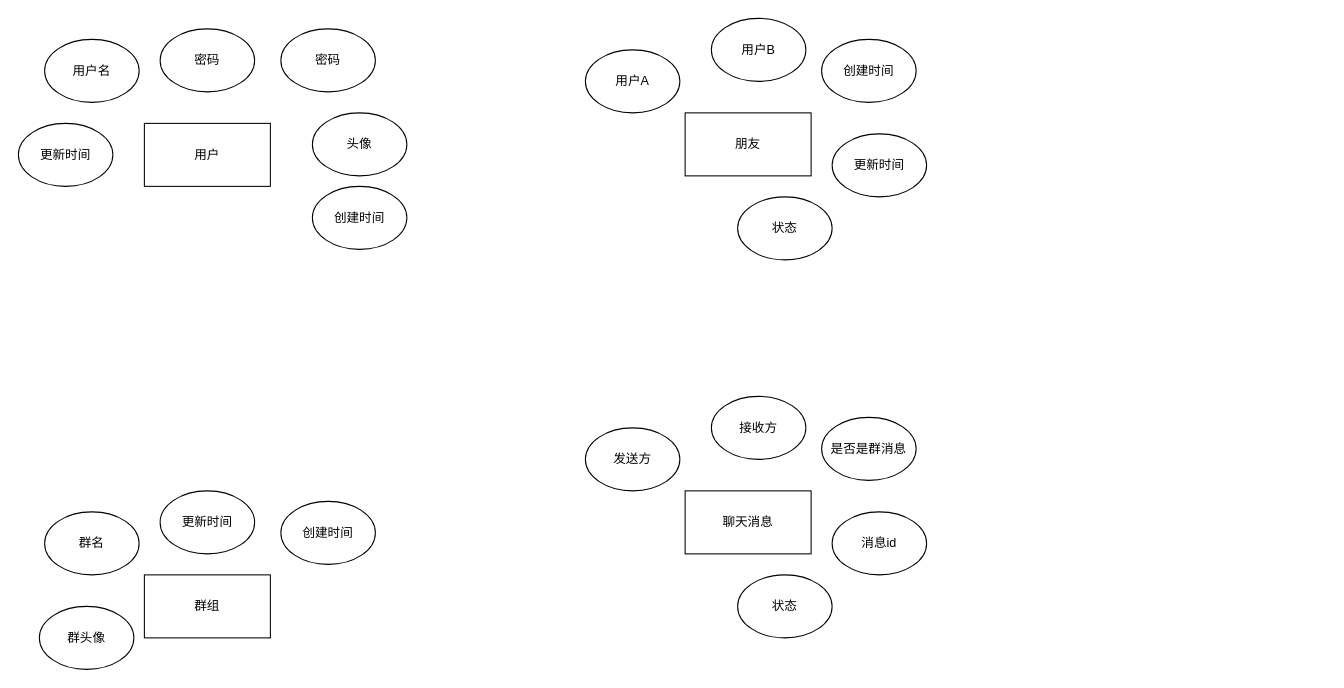
The draw.io diagram Untitled Diagram.drawio in heiye9/draw.io-files, before the edit. Source tidied: cells renumbered, new cells numbered last; positions are measured from the earlier drawing's top-left corner, leaving out a move shared by most shapes. Both pictures are drawn from the tidied source at 105%, with x=0, y=0 at pixel (18, 18).
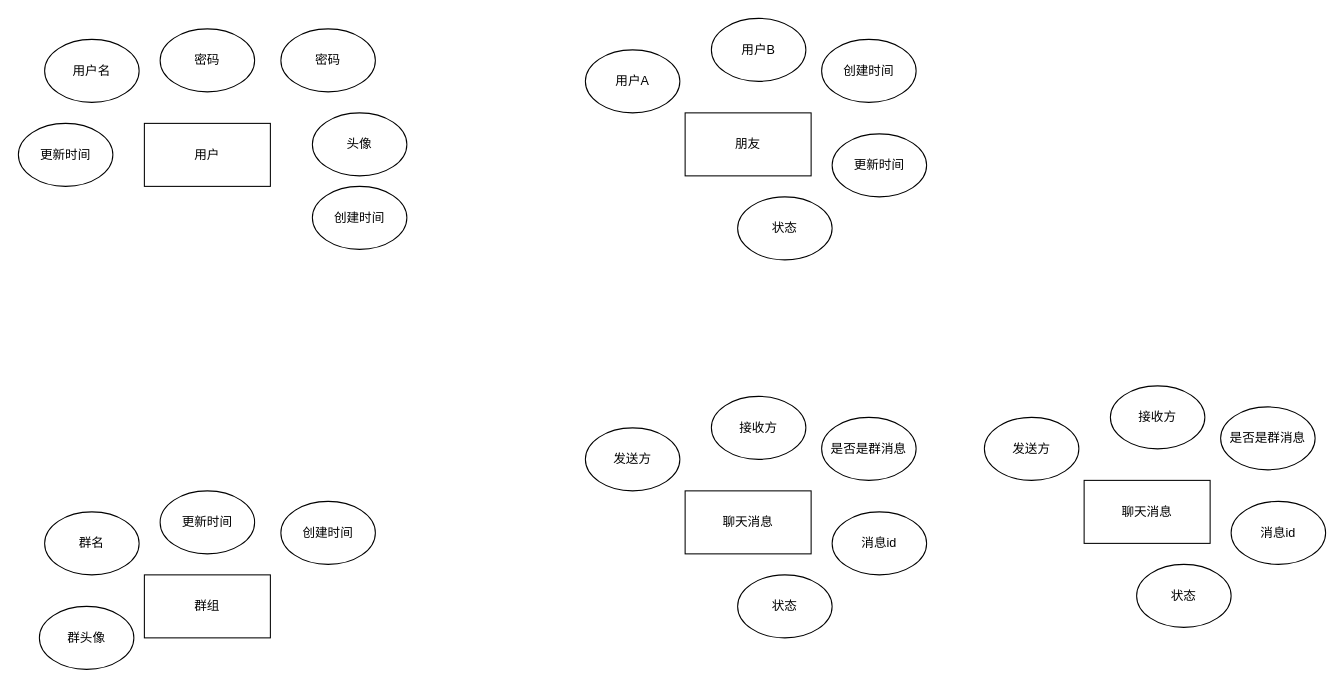
The same diagram, later.

Diff of the diagram source:
```diff
@@
+    <mxCell id="26" value="聊天消息" style="rounded=0;whiteSpace=wrap;html=1;" parent="1" vertex="1">
+      <mxGeometry x="1015" y="440" width="120" height="60" as="geometry" />
+    </mxCell>
+    <mxCell id="27" value="发送方" style="ellipse;whiteSpace=wrap;html=1;" parent="1" vertex="1">
+      <mxGeometry x="920" y="380" width="90" height="60" as="geometry" />
+    </mxCell>
+    <mxCell id="28" value="接收方" style="ellipse;whiteSpace=wrap;html=1;" parent="1" vertex="1">
+      <mxGeometry x="1040" y="350" width="90" height="60" as="geometry" />
+    </mxCell>
+    <mxCell id="29" value="是否是群消息" style="ellipse;whiteSpace=wrap;html=1;" parent="1" vertex="1">
+      <mxGeometry x="1145" y="370" width="90" height="60" as="geometry" />
+    </mxCell>
+    <mxCell id="30" value="消息id" style="ellipse;whiteSpace=wrap;html=1;" parent="1" vertex="1">
+      <mxGeometry x="1155" y="460" width="90" height="60" as="geometry" />
+    </mxCell>
+    <mxCell id="31" value="状态" style="ellipse;whiteSpace=wrap;html=1;" parent="1" vertex="1">
+      <mxGeometry x="1065" y="520" width="90" height="60" as="geometry" />
+    </mxCell>
```
